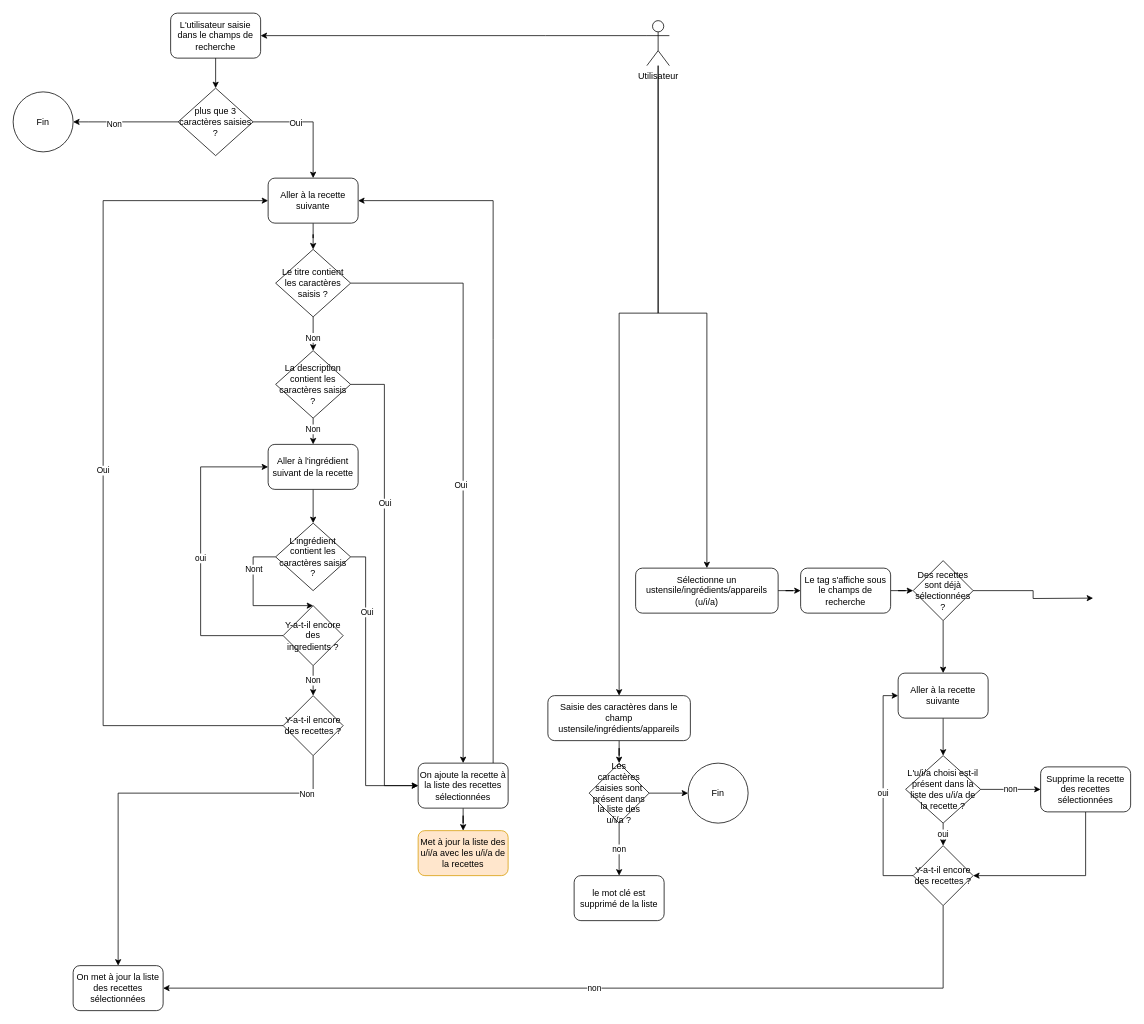
tetyanachouteau/front-end-search-engine-kitchen keeps this draw.io diagram as Recherche.drawio. Above is the earlier version. Source tidied: cells renumbered, new cells numbered last; positions are measured from the earlier drawing's top-left corner, leaving out a move shared by most shapes. Both pictures are drawn from the tidied source at 75%, with x=0, y=0 at pixel (13, 13).
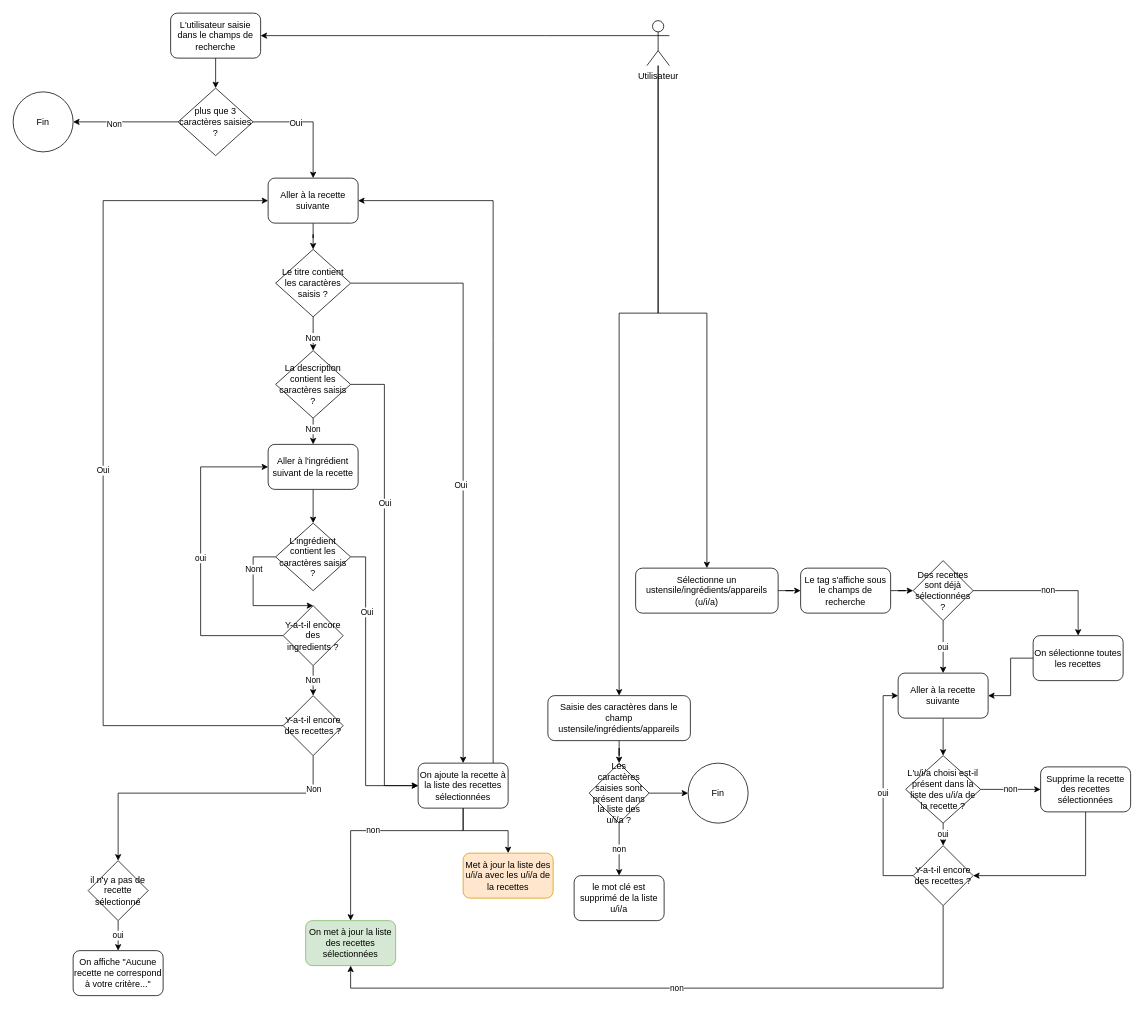
The same diagram, later.

Commit message:
Mettre à jour Recherche.drawio

Unchanged cells that the change refers to:
```xml
<mxCell id="18" value="On ajoute la recette à la liste des recettes sélectionnées" style="rounded=1;whiteSpace=wrap;html=1;" parent="1" vertex="1">
  <mxGeometry x="540" y="1000" width="120" height="60" as="geometry" />
</mxCell>
<mxCell id="37" value="Y-a-t-il encore des recettes ?" style="rhombus;whiteSpace=wrap;html=1;" parent="1" vertex="1">
  <mxGeometry x="360" y="910" width="80" height="80" as="geometry" />
</mxCell>
<mxCell id="47" value="Des recettes sont déjà sélectionnées ?" style="rhombus;whiteSpace=wrap;html=1;" parent="1" vertex="1">
  <mxGeometry x="1200" y="730" width="80" height="80" as="geometry" />
</mxCell>
<mxCell id="49" value="Aller à la recette suivante" style="rounded=1;whiteSpace=wrap;html=1;" parent="1" vertex="1">
  <mxGeometry x="1180" y="880" width="120" height="60" as="geometry" />
</mxCell>
<mxCell id="57" value="Y-a-t-il encore des recettes ?" style="rhombus;whiteSpace=wrap;html=1;" parent="1" vertex="1">
  <mxGeometry x="1200" y="1110" width="80" height="80" as="geometry" />
</mxCell>
```

What changed in the source:
```diff
@@
-    <mxCell id="35" style="edgeStyle=orthogonalEdgeStyle;rounded=0;jettySize=auto;html=1;entryX=0.5;entryY=0;entryDx=0;entryDy=0;exitX=0.5;exitY=1;exitDx=0;exitDy=0;" parent="1" edge="1" source="37" target="42">
+    <mxCell id="35" style="edgeStyle=orthogonalEdgeStyle;rounded=0;jettySize=auto;html=1;entryX=0.5;entryY=0;entryDx=0;entryDy=0;exitX=0.5;exitY=1;exitDx=0;exitDy=0;" parent="1" edge="1" source="37" target="71">
       <mxGeometry relative="1" as="geometry">
         <Array as="points">
           <mxPoint x="400" y="1040" />
           <mxPoint x="140" y="1040" />
         </Array>
       </mxGeometry>
     </mxCell>
@@
-    <mxCell id="42" value="On met à jour la liste des recettes sélectionnées" style="rounded=1;whiteSpace=wrap;html=1;" parent="1" vertex="1">
-      <mxGeometry x="80" y="1270" width="120" height="60" as="geometry" />
+    <mxCell id="42" value="On met à jour la liste des recettes sélectionnées" style="rounded=1;whiteSpace=wrap;html=1;fillColor=#d5e8d4;strokeColor=#82b366;" parent="1" vertex="1">
+      <mxGeometry x="390" y="1210" width="120" height="60" as="geometry" />
     </mxCell>
@@
-    <mxCell id="45" style="edgeStyle=orthogonalEdgeStyle;rounded=0;jettySize=auto;html=1;" parent="1" edge="1" source="47">
-      <mxGeometry relative="1" as="geometry">
-        <mxPoint x="1440" y="780" as="targetPoint" />
-      </mxGeometry>
+    <mxCell id="45" value="non" style="edgeStyle=orthogonalEdgeStyle;rounded=0;jettySize=auto;html=1;entryX=0.5;entryY=0;entryDx=0;entryDy=0;" parent="1" edge="1" source="47" target="74">
+      <mxGeometry relative="1" as="geometry" />
     </mxCell>
-    <mxCell id="46" style="edgeStyle=orthogonalEdgeStyle;rounded=0;jettySize=auto;html=1;entryX=0.5;entryY=0;entryDx=0;entryDy=0;" parent="1" edge="1" source="47" target="49">
+    <mxCell id="46" value="oui" style="edgeStyle=orthogonalEdgeStyle;rounded=0;jettySize=auto;html=1;entryX=0.5;entryY=0;entryDx=0;entryDy=0;" parent="1" edge="1" source="47" target="49">
       <mxGeometry relative="1" as="geometry" />
     </mxCell>
@@
-    <mxCell id="56" value="non" style="edgeStyle=orthogonalEdgeStyle;rounded=0;jettySize=auto;html=1;entryX=1;entryY=0.5;entryDx=0;entryDy=0;" parent="1" edge="1" source="57" target="42">
+    <mxCell id="56" value="non" style="edgeStyle=orthogonalEdgeStyle;rounded=0;jettySize=auto;html=1;entryX=0.5;entryY=1;entryDx=0;entryDy=0;exitX=0.5;exitY=1;exitDx=0;exitDy=0;" parent="1" edge="1" source="57" target="42">
       <mxGeometry relative="1" as="geometry">
         <Array as="points">
           <mxPoint x="1240" y="1300" />
+          <mxPoint x="450" y="1300" />
         </Array>
       </mxGeometry>
     </mxCell>
@@
     <mxCell id="63" value="Met à jour la liste des u/i/a avec les u/i/a de la recettes" style="rounded=1;whiteSpace=wrap;html=1;fillColor=#ffe6cc;strokeColor=#d79b00;" parent="1" vertex="1">
-      <mxGeometry x="540" y="1090" width="120" height="60" as="geometry" />
+      <mxGeometry x="600" y="1120" width="120" height="60" as="geometry" />
     </mxCell>
@@
-    <mxCell id="65" value="le mot clé est supprimé de la liste" style="rounded=1;whiteSpace=wrap;html=1;" parent="1" vertex="1">
+    <mxCell id="65" value="le mot clé est supprimé de la liste u/i/a" style="rounded=1;whiteSpace=wrap;html=1;" parent="1" vertex="1">
       <mxGeometry x="748" y="1150" width="120" height="60" as="geometry" />
     </mxCell>
@@
+    <mxCell id="69" value="non" style="edgeStyle=orthogonalEdgeStyle;rounded=0;jettySize=auto;html=1;exitX=0.5;exitY=1;exitDx=0;exitDy=0;" parent="1" edge="1" source="18" target="42">
+      <mxGeometry relative="1" as="geometry">
+        <Array as="points">
+          <mxPoint x="600" y="1090" />
+          <mxPoint x="450" y="1090" />
+        </Array>
+      </mxGeometry>
+    </mxCell>
+    <mxCell id="70" value="oui" style="edgeStyle=orthogonalEdgeStyle;rounded=0;jettySize=auto;html=1;entryX=0.5;entryY=0;entryDx=0;entryDy=0;" parent="1" edge="1" source="71" target="72">
+      <mxGeometry relative="1" as="geometry" />
+    </mxCell>
+    <mxCell id="71" value="il n'y a pas de recette sélectionné" style="rhombus;whiteSpace=wrap;html=1;" parent="1" vertex="1">
+      <mxGeometry x="100" y="1130" width="80" height="80" as="geometry" />
+    </mxCell>
+    <mxCell id="72" value="On affiche &quot;Aucune recette ne correspond à votre critère...&quot;" style="rounded=1;whiteSpace=wrap;html=1;" parent="1" vertex="1">
+      <mxGeometry x="80" y="1250" width="120" height="60" as="geometry" />
+    </mxCell>
+    <mxCell id="73" style="edgeStyle=orthogonalEdgeStyle;rounded=0;jettySize=auto;html=1;" parent="1" edge="1" source="74" target="49">
+      <mxGeometry relative="1" as="geometry" />
+    </mxCell>
+    <mxCell id="74" value="On sélectionne toutes les recettes" style="rounded=1;whiteSpace=wrap;html=1;" parent="1" vertex="1">
+      <mxGeometry x="1360" y="830" width="120" height="60" as="geometry" />
+    </mxCell>
```
